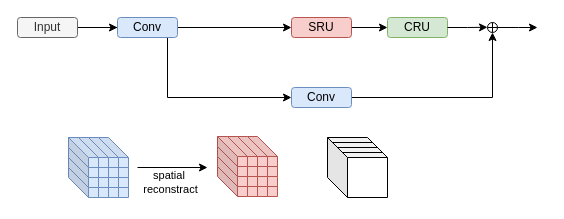
Earlier version of the draw.io diagram 未命名绘图2.drawio (ThrowYouARem/d2l-zh). Source tidied: cells renumbered, new cells numbered last; positions are measured from the earlier drawing's top-left corner, leaving out a move shared by most shapes. Both pictures are drawn from the tidied source at 100%, with x=0, y=0 at pixel (17, 17).
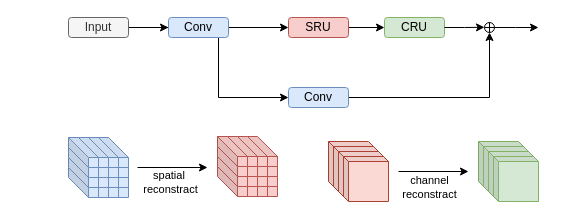
The same diagram, later.

Commit message (it also covers changes not shown here):
更新未命名绘图2.drawio

The edit, as a diff of the source:
```diff
@@
     <mxCell id="3" style="edgeStyle=orthogonalEdgeStyle;rounded=0;jettySize=auto;html=1;" parent="1" edge="1" source="4" target="11">
       <mxGeometry relative="1" as="geometry">
         <Array as="points">
-          <mxPoint x="150" y="10" />
-          <mxPoint x="150" y="80" />
+          <mxPoint x="201" y="10" />
+          <mxPoint x="201" y="80" />
         </Array>
       </mxGeometry>
     </mxCell>
     <mxCell id="4" value="Input" style="rounded=1;whiteSpace=wrap;html=1;fillColor=#f5f5f5;fontColor=#333333;strokeColor=#666666;" parent="1" vertex="1">
-      <mxGeometry width="60" height="20" as="geometry" />
+      <mxGeometry x="51" width="60" height="20" as="geometry" />
     </mxCell>
@@
     <mxCell id="6" value="Conv" style="rounded=1;whiteSpace=wrap;html=1;fillColor=#dae8fc;strokeColor=#6c8ebf;" parent="1" vertex="1">
-      <mxGeometry x="100" width="60" height="20" as="geometry" />
+      <mxGeometry x="151" width="60" height="20" as="geometry" />
     </mxCell>
@@
     <mxCell id="8" value="SRU" style="rounded=1;whiteSpace=wrap;html=1;fillColor=#f8cecc;strokeColor=#b85450;" parent="1" vertex="1">
-      <mxGeometry x="274" width="60" height="20" as="geometry" />
+      <mxGeometry x="271" width="60" height="20" as="geometry" />
     </mxCell>
     <mxCell id="9" value="CRU" style="rounded=1;whiteSpace=wrap;html=1;fillColor=#d5e8d4;strokeColor=#82b366;" parent="1" vertex="1">
-      <mxGeometry x="370" width="60" height="20" as="geometry" />
+      <mxGeometry x="367" width="60" height="20" as="geometry" />
     </mxCell>
@@
     <mxCell id="11" value="Conv" style="rounded=1;whiteSpace=wrap;html=1;fillColor=#dae8fc;strokeColor=#6c8ebf;" parent="1" vertex="1">
-      <mxGeometry x="274" y="70" width="60" height="20" as="geometry" />
+      <mxGeometry x="271" y="70" width="60" height="20" as="geometry" />
     </mxCell>
     <mxCell id="12" style="shape=orEllipse;perimeter=ellipsePerimeter;whiteSpace=wrap;html=1;backgroundOutline=1;" parent="1" vertex="1">
-      <mxGeometry x="470" y="5" width="10" height="10" as="geometry" />
+      <mxGeometry x="467" y="5" width="10" height="10" as="geometry" />
     </mxCell>
     <mxCell id="13" style="edgeStyle=orthogonalEdgeStyle;rounded=0;jettySize=auto;html=1;exitX=1;exitY=0.5;exitDx=0;exitDy=0;" parent="1" edge="1" source="9">
       <mxGeometry relative="1" as="geometry">
-        <mxPoint x="470" y="9.8" as="targetPoint" />
+        <mxPoint x="467" y="9.8" as="targetPoint" />
       </mxGeometry>
     </mxCell>
     <mxCell id="14" style="edgeStyle=orthogonalEdgeStyle;rounded=0;orthogonalLoop=1;jettySize=auto;html=1;exitX=1;exitY=0.5;exitDx=0;exitDy=0;" parent="1" edge="1">
       <mxGeometry relative="1" as="geometry">
-        <mxPoint x="480" y="10" as="sourcePoint" />
-        <mxPoint x="520" y="10" as="targetPoint" />
+        <mxPoint x="477" y="10" as="sourcePoint" />
+        <mxPoint x="521" y="10" as="targetPoint" />
         <Array as="points">
-          <mxPoint x="501" y="10.3" />
+          <mxPoint x="498" y="10.3" />
         </Array>
       </mxGeometry>
     </mxCell>
@@
-    <mxCell id="31" style="shape=cube;whiteSpace=wrap;html=1;boundedLbl=1;backgroundOutline=1;darkOpacity=0.05;darkOpacity2=0.1;" parent="1" vertex="1">
-      <mxGeometry x="310" y="120" width="60" height="60" as="geometry" />
+    <mxCell id="31" style="shape=cube;whiteSpace=wrap;html=1;boundedLbl=1;backgroundOutline=1;darkOpacity=0.05;darkOpacity2=0.1;fillColor=#fad9d5;strokeColor=#ae4132;" parent="1" vertex="1">
+      <mxGeometry x="311" y="124" width="60" height="60" as="geometry" />
     </mxCell>
@@
-    <mxCell id="50" style="endArrow=none;html=1;rounded=0;" parent="1" edge="1">
+    <mxCell id="50" style="endArrow=none;html=1;rounded=0;fillColor=#fad9d5;strokeColor=#ae4132;" parent="1" edge="1">
       <mxGeometry relative="1" as="geometry">
-        <mxPoint x="320" y="130" as="sourcePoint" />
-        <mxPoint x="360" y="130" as="targetPoint" />
+        <mxPoint x="321" y="134" as="sourcePoint" />
+        <mxPoint x="361" y="134" as="targetPoint" />
       </mxGeometry>
     </mxCell>
-    <mxCell id="51" style="endArrow=none;html=1;rounded=0;" parent="1" edge="1">
+    <mxCell id="51" style="endArrow=none;html=1;rounded=0;fillColor=#fad9d5;strokeColor=#ae4132;" parent="1" edge="1">
       <mxGeometry relative="1" as="geometry">
-        <mxPoint x="325" y="135" as="sourcePoint" />
-        <mxPoint x="365" y="135" as="targetPoint" />
+        <mxPoint x="326" y="139" as="sourcePoint" />
+        <mxPoint x="366" y="139" as="targetPoint" />
       </mxGeometry>
     </mxCell>
-    <mxCell id="52" style="endArrow=none;html=1;rounded=0;" parent="1" edge="1">
+    <mxCell id="52" style="endArrow=none;html=1;rounded=0;fillColor=#fad9d5;strokeColor=#ae4132;" parent="1" edge="1">
       <mxGeometry relative="1" as="geometry">
-        <mxPoint x="315" y="125" as="sourcePoint" />
-        <mxPoint x="355" y="125" as="targetPoint" />
+        <mxPoint x="316" y="129" as="sourcePoint" />
+        <mxPoint x="356" y="129" as="targetPoint" />
       </mxGeometry>
     </mxCell>
+    <mxCell id="53" style="endArrow=none;html=1;rounded=0;fillColor=#fad9d5;strokeColor=#ae4132;" parent="1" edge="1">
+      <mxGeometry relative="1" as="geometry">
+        <mxPoint x="321" y="174" as="sourcePoint" />
+        <mxPoint x="321" y="134" as="targetPoint" />
+      </mxGeometry>
+    </mxCell>
+    <mxCell id="54" style="endArrow=none;html=1;rounded=0;fillColor=#fad9d5;strokeColor=#ae4132;" parent="1" edge="1">
+      <mxGeometry relative="1" as="geometry">
+        <mxPoint x="326" y="179" as="sourcePoint" />
+        <mxPoint x="326" y="139" as="targetPoint" />
+      </mxGeometry>
+    </mxCell>
+    <mxCell id="55" style="endArrow=none;html=1;rounded=0;fillColor=#fad9d5;strokeColor=#ae4132;" parent="1" edge="1">
+      <mxGeometry relative="1" as="geometry">
+        <mxPoint x="316" y="169" as="sourcePoint" />
+        <mxPoint x="316" y="129" as="targetPoint" />
+      </mxGeometry>
+    </mxCell>
+    <mxCell id="56" style="shape=cube;whiteSpace=wrap;html=1;boundedLbl=1;backgroundOutline=1;darkOpacity=0.05;darkOpacity2=0.1;fillColor=#d5e8d4;strokeColor=#82b366;" parent="1" vertex="1">
+      <mxGeometry x="461" y="124" width="60" height="60" as="geometry" />
+    </mxCell>
+    <mxCell id="57" style="endArrow=none;html=1;rounded=0;fillColor=#d5e8d4;strokeColor=#82b366;" parent="1" edge="1">
+      <mxGeometry relative="1" as="geometry">
+        <mxPoint x="471" y="134" as="sourcePoint" />
+        <mxPoint x="511" y="134" as="targetPoint" />
+      </mxGeometry>
+    </mxCell>
+    <mxCell id="58" style="endArrow=none;html=1;rounded=0;fillColor=#d5e8d4;strokeColor=#82b366;" parent="1" edge="1">
+      <mxGeometry relative="1" as="geometry">
+        <mxPoint x="476" y="139" as="sourcePoint" />
+        <mxPoint x="516" y="139" as="targetPoint" />
+      </mxGeometry>
+    </mxCell>
+    <mxCell id="59" style="endArrow=none;html=1;rounded=0;fillColor=#d5e8d4;strokeColor=#82b366;" parent="1" edge="1">
+      <mxGeometry relative="1" as="geometry">
+        <mxPoint x="466" y="129" as="sourcePoint" />
+        <mxPoint x="506" y="129" as="targetPoint" />
+      </mxGeometry>
+    </mxCell>
+    <mxCell id="60" style="endArrow=none;html=1;rounded=0;fillColor=#d5e8d4;strokeColor=#82b366;" parent="1" edge="1">
+      <mxGeometry relative="1" as="geometry">
+        <mxPoint x="471" y="174" as="sourcePoint" />
+        <mxPoint x="471" y="134" as="targetPoint" />
+      </mxGeometry>
+    </mxCell>
+    <mxCell id="61" style="endArrow=none;html=1;rounded=0;fillColor=#d5e8d4;strokeColor=#82b366;" parent="1" edge="1">
+      <mxGeometry relative="1" as="geometry">
+        <mxPoint x="476" y="179" as="sourcePoint" />
+        <mxPoint x="476" y="139" as="targetPoint" />
+      </mxGeometry>
+    </mxCell>
+    <mxCell id="62" style="endArrow=none;html=1;rounded=0;fillColor=#d5e8d4;strokeColor=#82b366;" parent="1" edge="1">
+      <mxGeometry relative="1" as="geometry">
+        <mxPoint x="466" y="169" as="sourcePoint" />
+        <mxPoint x="466" y="129" as="targetPoint" />
+      </mxGeometry>
+    </mxCell>
+    <mxCell id="63" style="endArrow=classic;html=1;rounded=0;" parent="1" edge="1">
+      <mxGeometry relative="1" as="geometry">
+        <mxPoint x="381" y="154" as="sourcePoint" />
+        <mxPoint x="451" y="154" as="targetPoint" />
+      </mxGeometry>
+    </mxCell>
+    <mxCell id="64" value="channel&lt;div&gt;reconstract&lt;/div&gt;" style="edgeLabel;html=1;align=center;verticalAlign=middle;" parent="63" vertex="1">
+      <mxGeometry x="0.27" relative="1" as="geometry">
+        <mxPoint x="-14" y="15" as="offset" />
+      </mxGeometry>
+    </mxCell>
```
